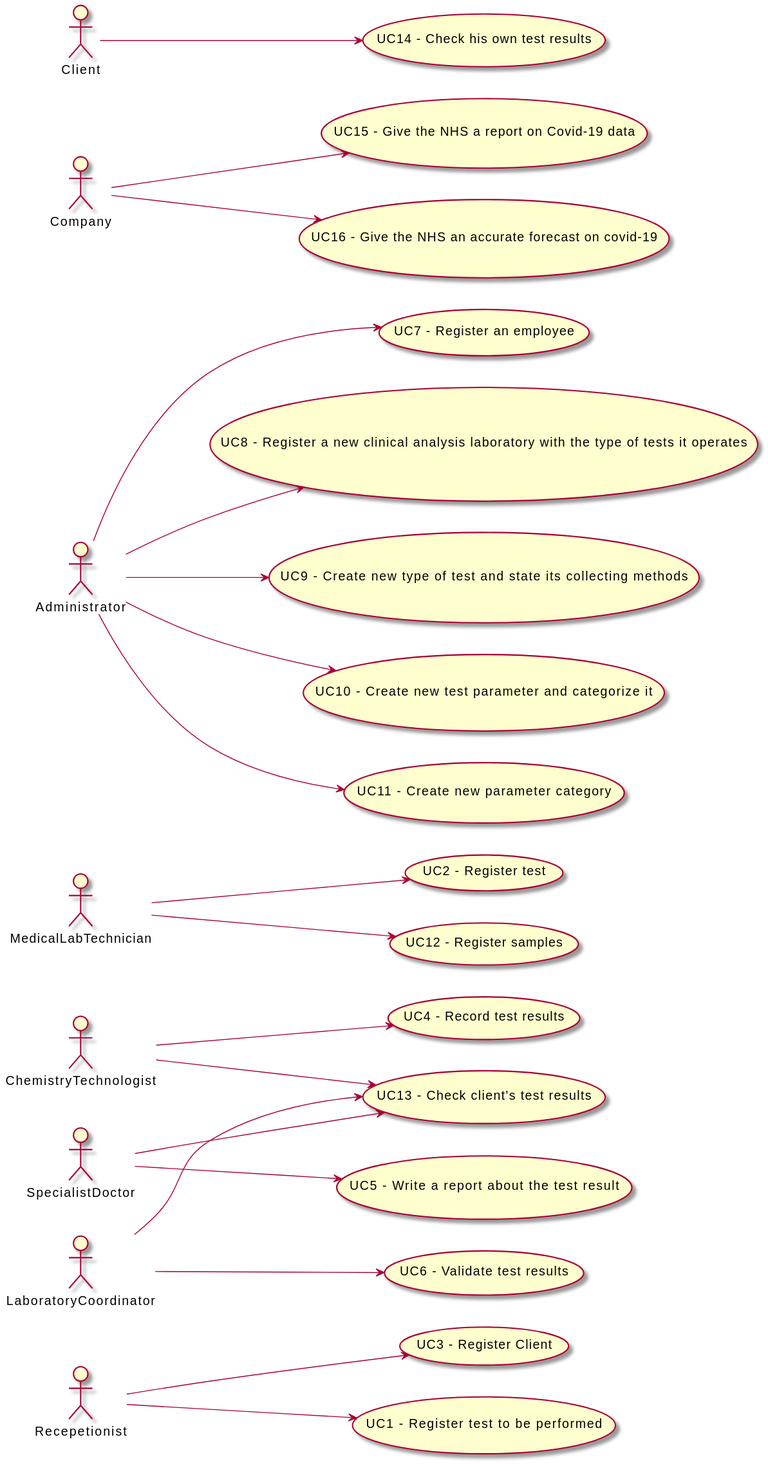
RuiRioPina/LAPR2-20-21 keeps this PlantUML diagram as docs/SprintB/ImagesUsed/UCD.svg. Above is the earlier version.
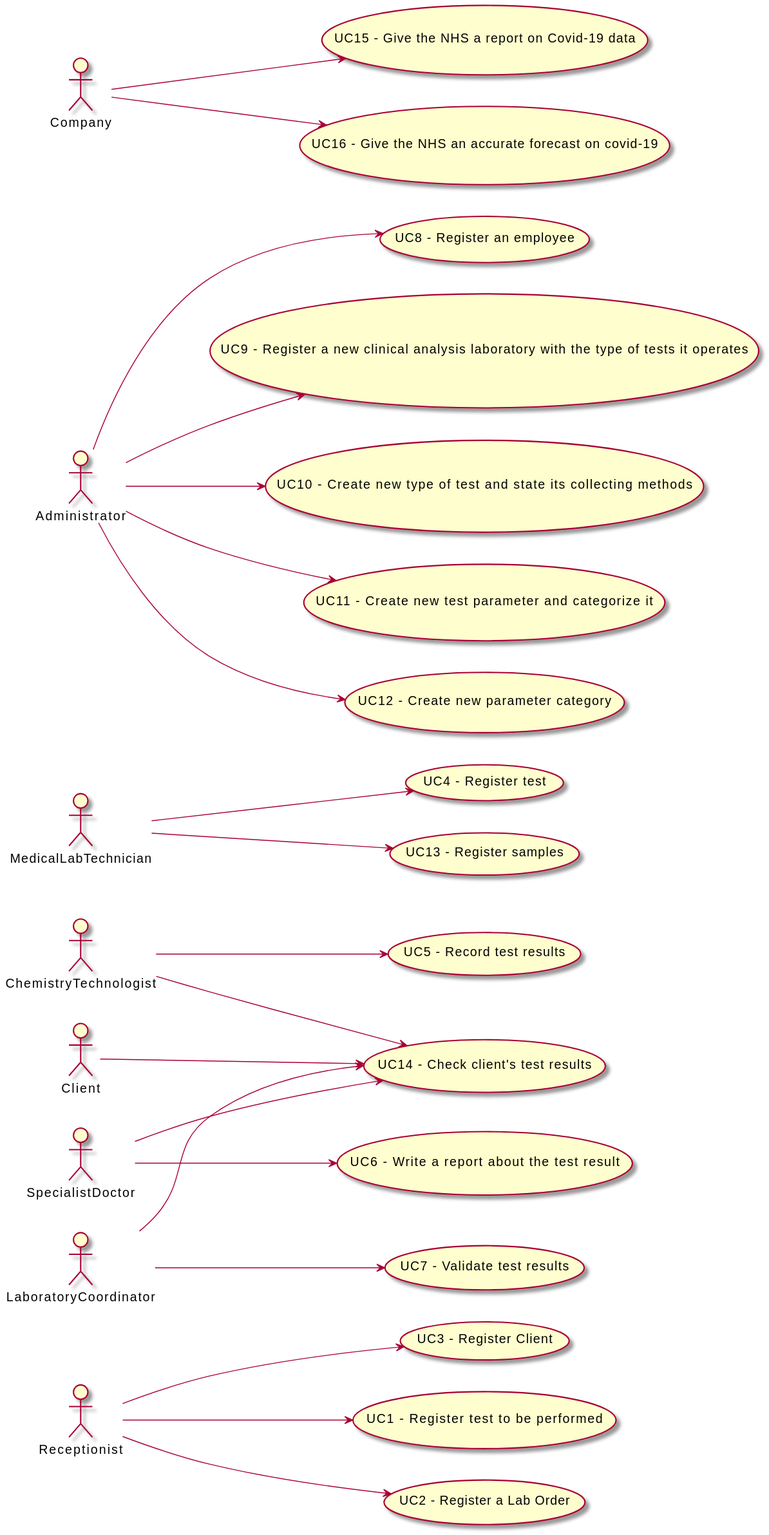
The same diagram one commit later.

Commit message:
Correcting UCD erroes

The edit, as a diff of the source:
```diff
@@ -1,33 +1,34 @@
 @startuml
 left to right direction
 
-Recepetionist --> (Register)
-Recepetionist --> (UC1 - Register test to be performed)
-"UC13 - Check client's test results" as (Check)
+Receptionist --> (Register)
+Receptionist --> (UC1 - Register test to be performed)
+Receptionist --> (UC2 - Register a Lab Order)
+"UC14 - Check client's test results" as (Check)
 "UC3 - Register Client" as (Register)
 
-MedicalLabTechnician --> (UC2 - Register test)
-MedicalLabTechnician --> (UC12 - Register samples)
+MedicalLabTechnician --> (UC4 - Register test)
+MedicalLabTechnician --> (UC13 - Register samples)
 
-ChemistryTechnologist --> (UC4 - Record test results)
+ChemistryTechnologist --> (UC5 - Record test results)
 ChemistryTechnologist --> (Check)
 
-SpecialistDoctor --> (UC5 - Write a report about the test result)
+SpecialistDoctor --> (UC6 - Write a report about the test result)
 SpecialistDoctor --> (Check)
 
 
-Administrator --> (UC7 - Register an employee)
-Administrator --> (UC8 - Register a new clinical analysis laboratory with the type of tests it operates)
-Administrator --> (UC9 - Create new type of test and state its collecting methods)
-Administrator --> (UC10 - Create new test parameter and categorize it)
-Administrator --> (UC11 - Create new parameter category)
+Administrator --> (UC8 - Register an employee)
+Administrator --> (UC9 - Register a new clinical analysis laboratory with the type of tests it operates)
+Administrator --> (UC10 - Create new type of test and state its collecting methods)
+Administrator --> (UC11 - Create new test parameter and categorize it)
+Administrator --> (UC12 - Create new parameter category)
 
-LaboratoryCoordinator --> (UC6 - Validate test results)
+LaboratoryCoordinator --> (UC7 - Validate test results)
 LaboratoryCoordinator --> (Check)
 
 
 Company --> (UC15 - Give the NHS a report on Covid-19 data)
 Company --> (UC16 - Give the NHS an accurate forecast on covid-19)
 
-Client --> (UC14 - Check his own test results)
+Client --> (Check)
 @enduml
```
